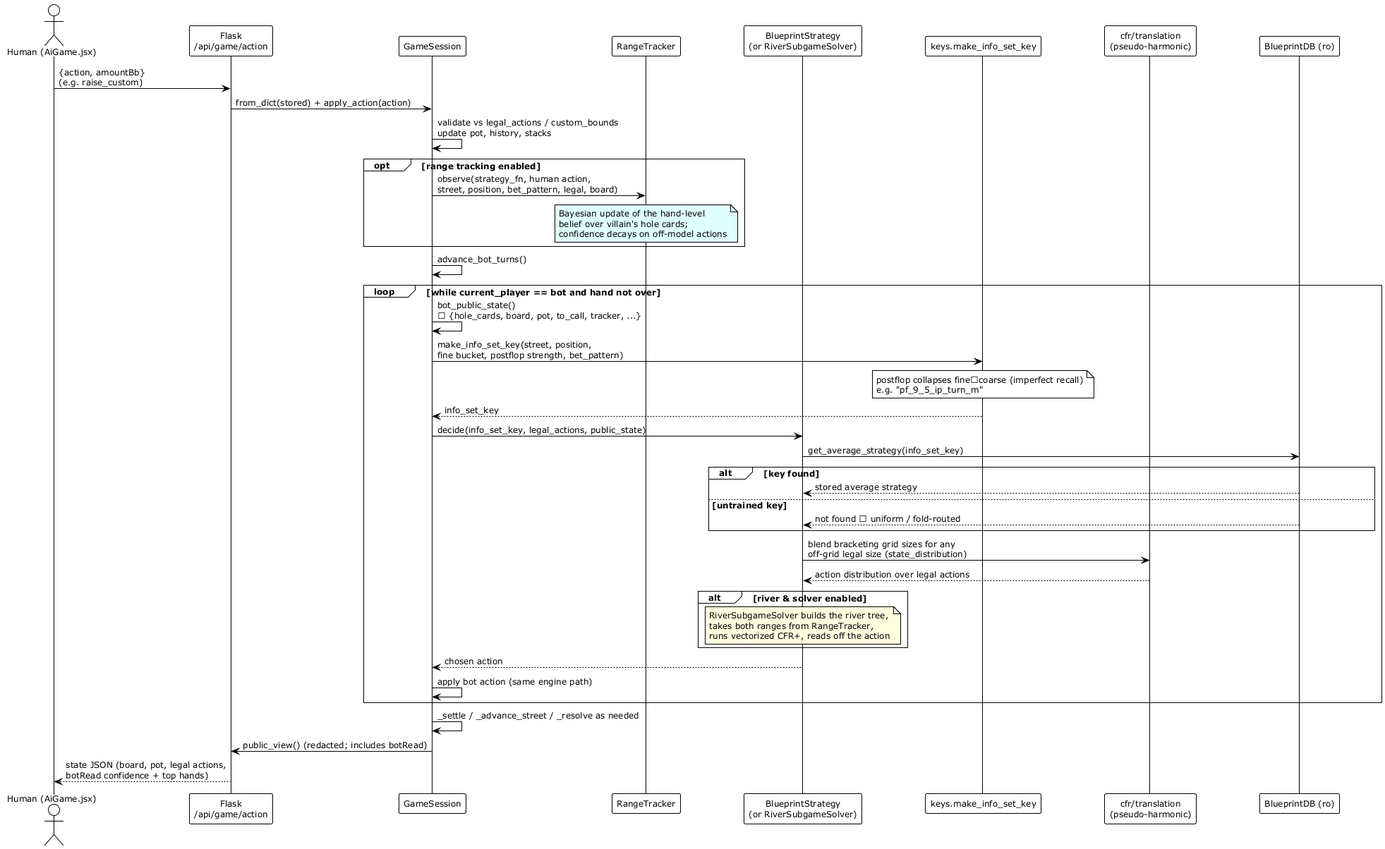
Earlier version of the PlantUML export docs/diagrams/images/inference_sequence.png (jianrontan/AllIn).
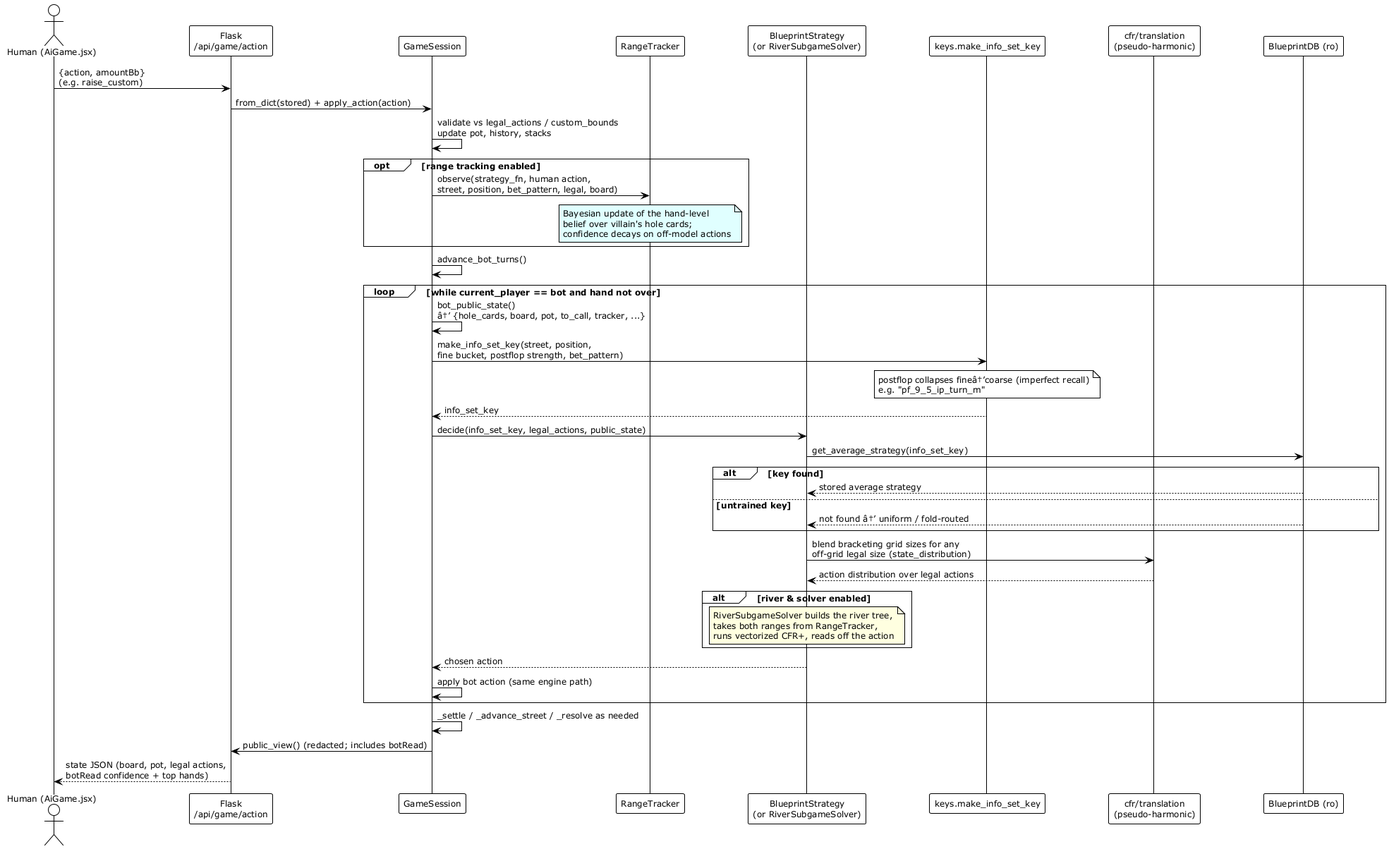
Above is the later version.

What changed in the source:
```diff
@@ -25,16 +25,16 @@
 
 GS -> GS: advance_bot_turns()
 loop while current_player == bot and hand not over
-  GS -> GS: bot_public_state()\n→ {hole_cards, board, pot, to_call, tracker, ...}
+  GS -> GS: bot_public_state()\nâ†’ {hole_cards, board, pot, to_call, tracker, ...}
   GS -> KEYS: make_info_set_key(street, position,\nfine bucket, postflop strength, bet_pattern)
-  note over KEYS: postflop collapses fine→coarse (imperfect recall)\ne.g. "pf_9_5_ip_turn_m"
+  note over KEYS: postflop collapses fineâ†’coarse (imperfect recall)\ne.g. "pf_9_5_ip_turn_m"
   KEYS --> GS: info_set_key
   GS -> BS: decide(info_set_key, legal_actions, public_state)
   BS -> DB: get_average_strategy(info_set_key)
   alt key found
     DB --> BS: stored average strategy
   else untrained key
-    DB --> BS: not found → uniform / fold-routed
+    DB --> BS: not found â†’ uniform / fold-routed
   end
   BS -> TR: blend bracketing grid sizes for any\noff-grid legal size (state_distribution)
   TR --> BS: action distribution over legal actions
```
